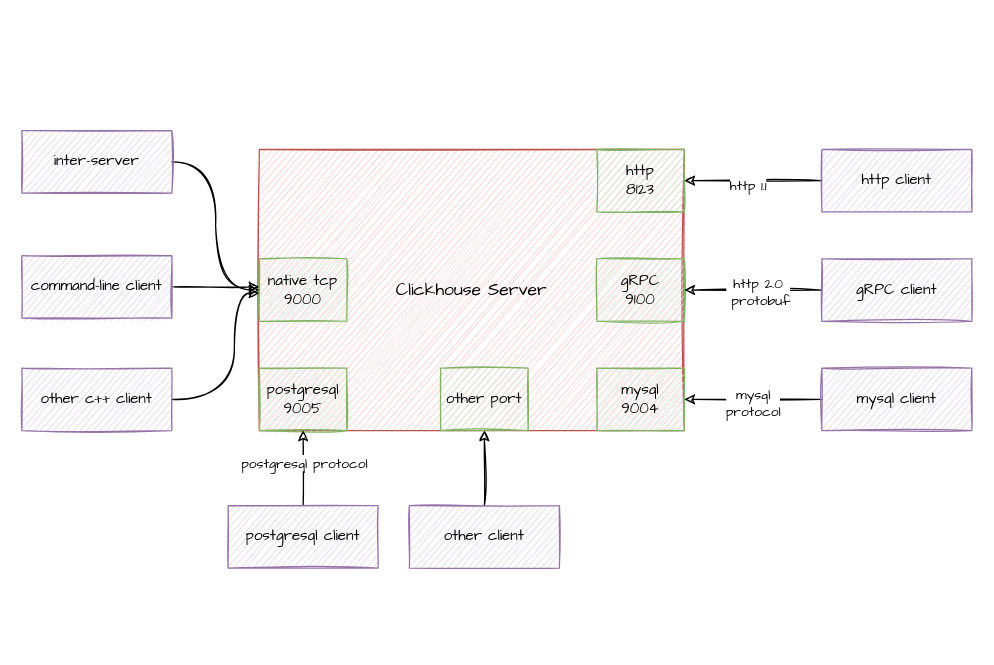
Before: clickhouse listen.drawio in leonce28/draw-io-img, a draw.io diagram. Source tidied: cells renumbered, new cells numbered last; positions are measured from the earlier drawing's top-left corner, leaving out a move shared by most shapes. Both pictures are drawn from the tidied source at 125%, with x=0, y=0 at pixel (21, 130).
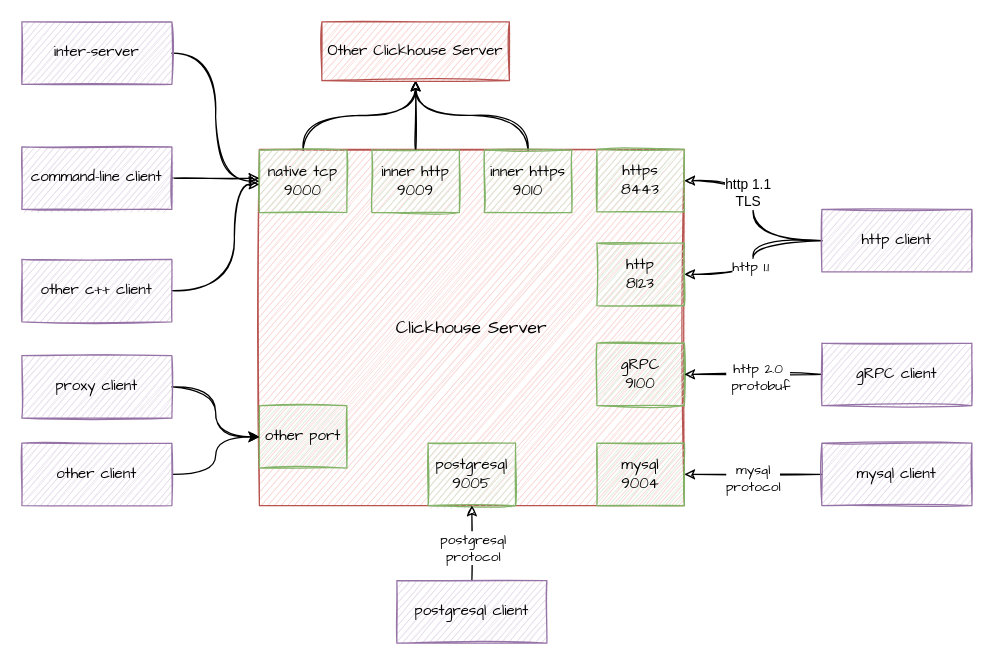
After the change.

Unchanged cells that the change refers to:
```xml
<mxCell id="24" style="edgeStyle=orthogonalEdgeStyle;rounded=0;jettySize=auto;html=1;sketch=1;" parent="1" edge="1" source="26" target="22">
  <mxGeometry relative="1" as="geometry" />
</mxCell>
```

What changed in the source:
```diff
@@
-    <mxCell id="2" style="edgeStyle=orthogonalEdgeStyle;rounded=0;jettySize=auto;html=1;exitX=0;exitY=0.5;exitDx=0;exitDy=0;entryX=1;entryY=0.5;entryDx=0;entryDy=0;sketch=1;" parent="1" edge="1" source="4" target="6">
+    <mxCell id="2" style="edgeStyle=orthogonalEdgeStyle;jettySize=auto;html=1;exitX=0;exitY=0.5;exitDx=0;exitDy=0;entryX=1;entryY=0.5;entryDx=0;entryDy=0;sketch=1;curved=1;" parent="1" edge="1" source="4" target="6">
       <mxGeometry relative="1" as="geometry" />
     </mxCell>
     <mxCell id="3" value="http 1.1" style="edgeLabel;html=1;align=center;verticalAlign=middle;sketch=1;rounded=0;fontFamily=Comic Sans MS;fontColor=#000000;" parent="2" vertex="1">
-      <mxGeometry x="0.09" y="3" relative="1" as="geometry" />
+      <mxGeometry x="0.09" y="3" relative="1" as="geometry">
+        <mxPoint x="-6" as="offset" />
+      </mxGeometry>
     </mxCell>
+    <mxCell id="29" style="edgeStyle=orthogonalEdgeStyle;jettySize=auto;html=1;exitX=0;exitY=0.5;exitDx=0;exitDy=0;entryX=1;entryY=0.5;entryDx=0;entryDy=0;sketch=1;curved=1;" parent="1" edge="1" source="4" target="34">
+      <mxGeometry relative="1" as="geometry" />
+    </mxCell>
+    <mxCell id="30" value="http 1.1&lt;br&gt;TLS" style="edgeLabel;html=1;align=center;verticalAlign=middle;" parent="29" vertex="1">
+      <mxGeometry x="0.15" y="1" relative="1" as="geometry">
+        <mxPoint x="-4" y="-3" as="offset" />
+      </mxGeometry>
+    </mxCell>
     <mxCell id="4" value="http client" style="rounded=0;whiteSpace=wrap;html=1;fillStyle=auto;fillColor=#e1d5e7;gradientDirection=north;sketch=1;strokeColor=#9673a6;fontFamily=Comic Sans MS;fontColor=#000000;gradientColor=none;glass=0;shadow=0;" parent="1" vertex="1">
-      <mxGeometry x="640" y="15" width="120" height="50" as="geometry" />
+      <mxGeometry x="640" y="63" width="120" height="50" as="geometry" />
     </mxCell>
     <mxCell id="5" value="&lt;p style=&quot;line-height: 1.2&quot;&gt;&lt;font style=&quot;font-size: 14px&quot;&gt;Clickhouse Server&lt;/font&gt;&lt;/p&gt;" style="rounded=0;whiteSpace=wrap;html=1;fillStyle=auto;fillColor=#f8cecc;gradientDirection=north;sketch=1;strokeColor=#b85450;fontFamily=Comic Sans MS;fontColor=#000000;strokeWidth=1;" parent="1" vertex="1">
-      <mxGeometry x="190" y="15" width="340" height="225" as="geometry" />
+      <mxGeometry x="190" y="15" width="340" height="285" as="geometry" />
     </mxCell>
     <mxCell id="6" value="http&lt;br&gt;8123" style="rounded=0;whiteSpace=wrap;html=1;fillStyle=auto;fillColor=#d5e8d4;gradientDirection=north;sketch=1;strokeColor=#82b366;fontFamily=Comic Sans MS;fontColor=#000000;" parent="1" vertex="1">
-      <mxGeometry x="460" y="15" width="70" height="50" as="geometry" />
+      <mxGeometry x="460" y="90" width="70" height="50" as="geometry" />
     </mxCell>
+    <mxCell id="31" style="edgeStyle=orthogonalEdgeStyle;curved=1;sketch=1;jettySize=auto;html=1;exitX=0.5;exitY=0;exitDx=0;exitDy=0;entryX=0.5;entryY=1;entryDx=0;entryDy=0;" parent="1" edge="1" source="7" target="37">
+      <mxGeometry relative="1" as="geometry" />
+    </mxCell>
     <mxCell id="7" value="native tcp&lt;br&gt;9000" style="rounded=0;whiteSpace=wrap;html=1;fillStyle=auto;fillColor=#d5e8d4;gradientDirection=north;sketch=1;strokeColor=#82b366;fontFamily=Comic Sans MS;fontColor=#000000;" parent="1" vertex="1">
-      <mxGeometry x="190" y="102.5" width="70" height="50" as="geometry" />
+      <mxGeometry x="190" y="15.5" width="70" height="50" as="geometry" />
     </mxCell>
     <mxCell id="8" value="mysql&lt;br&gt;9004" style="rounded=0;whiteSpace=wrap;html=1;fillStyle=auto;fillColor=#d5e8d4;gradientDirection=north;sketch=1;strokeColor=#82b366;fontFamily=Comic Sans MS;fontColor=#000000;" parent="1" vertex="1">
-      <mxGeometry x="460" y="190" width="70" height="50" as="geometry" />
+      <mxGeometry x="460" y="250" width="70" height="50" as="geometry" />
     </mxCell>
     <mxCell id="9" value="gRPC&lt;br&gt;9100" style="rounded=0;whiteSpace=wrap;html=1;fillStyle=auto;fillColor=#d5e8d4;gradientDirection=north;sketch=1;strokeColor=#82b366;fontFamily=Comic Sans MS;fontColor=#000000;" parent="1" vertex="1">
-      <mxGeometry x="460" y="102.5" width="70" height="50" as="geometry" />
+      <mxGeometry x="460" y="170" width="70" height="50" as="geometry" />
     </mxCell>
@@
     <mxCell id="12" value="gRPC client" style="rounded=0;whiteSpace=wrap;html=1;fillStyle=auto;fillColor=#e1d5e7;gradientDirection=north;sketch=1;strokeColor=#9673a6;fontFamily=Comic Sans MS;fontColor=#000000;gradientColor=none;glass=0;shadow=0;" parent="1" vertex="1">
-      <mxGeometry x="640" y="102.5" width="120" height="50" as="geometry" />
+      <mxGeometry x="640" y="170" width="120" height="50" as="geometry" />
     </mxCell>
@@
     <mxCell id="15" value="mysql client" style="rounded=0;whiteSpace=wrap;html=1;fillStyle=auto;fillColor=#e1d5e7;gradientDirection=north;sketch=1;strokeColor=#9673a6;fontFamily=Comic Sans MS;fontColor=#000000;gradientColor=none;glass=0;shadow=0;" parent="1" vertex="1">
-      <mxGeometry x="640" y="190" width="120" height="50" as="geometry" />
+      <mxGeometry x="640" y="250" width="120" height="50" as="geometry" />
     </mxCell>
@@
     <mxCell id="17" value="inter-server" style="rounded=0;whiteSpace=wrap;html=1;fillStyle=auto;fillColor=#e1d5e7;gradientDirection=north;sketch=1;strokeColor=#9673a6;fontFamily=Comic Sans MS;fontColor=#000000;" parent="1" vertex="1">
-      <mxGeometry width="120" height="50" as="geometry" />
+      <mxGeometry y="-87" width="120" height="50" as="geometry" />
     </mxCell>
     <mxCell id="18" style="edgeStyle=orthogonalEdgeStyle;sketch=1;jettySize=auto;html=1;exitX=1;exitY=0.5;exitDx=0;exitDy=0;fontFamily=Comic Sans MS;fontSize=14;fontColor=#000000;strokeColor=default;curved=1;" parent="1" edge="1" source="19">
       <mxGeometry relative="1" as="geometry">
-        <mxPoint x="190" y="125" as="targetPoint" />
+        <mxPoint x="190" y="38" as="targetPoint" />
       </mxGeometry>
     </mxCell>
     <mxCell id="19" value="command-line client" style="rounded=0;whiteSpace=wrap;html=1;fillStyle=auto;fillColor=#e1d5e7;gradientDirection=north;sketch=1;strokeColor=#9673a6;fontFamily=Comic Sans MS;fontColor=#000000;" parent="1" vertex="1">
-      <mxGeometry y="100" width="120" height="50" as="geometry" />
+      <mxGeometry y="13" width="120" height="50" as="geometry" />
     </mxCell>
     <mxCell id="20" style="edgeStyle=orthogonalEdgeStyle;sketch=1;jettySize=auto;html=1;exitX=1;exitY=0.5;exitDx=0;exitDy=0;fontFamily=Comic Sans MS;fontSize=14;fontColor=#000000;strokeColor=default;curved=1;" parent="1" edge="1" source="21">
       <mxGeometry relative="1" as="geometry">
-        <mxPoint x="190" y="130" as="targetPoint" />
+        <mxPoint x="190" y="43" as="targetPoint" />
         <Array as="points">
-          <mxPoint x="170" y="215" />
-          <mxPoint x="170" y="130" />
+          <mxPoint x="170" y="128" />
+          <mxPoint x="170" y="43" />
         </Array>
       </mxGeometry>
     </mxCell>
     <mxCell id="21" value="other c++ client" style="rounded=0;whiteSpace=wrap;html=1;fillStyle=auto;fillColor=#e1d5e7;gradientDirection=north;sketch=1;strokeColor=#9673a6;fontFamily=Comic Sans MS;fontColor=#000000;" parent="1" vertex="1">
-      <mxGeometry y="190" width="120" height="50" as="geometry" />
+      <mxGeometry y="103" width="120" height="50" as="geometry" />
     </mxCell>
     <mxCell id="22" value="postgresql&lt;br&gt;9005" style="rounded=0;whiteSpace=wrap;html=1;fillStyle=auto;fillColor=#d5e8d4;gradientDirection=north;sketch=1;strokeColor=#82b366;fontFamily=Comic Sans MS;fontColor=#000000;" parent="1" vertex="1">
-      <mxGeometry x="190" y="190" width="70" height="50" as="geometry" />
+      <mxGeometry x="325" y="250" width="70" height="50" as="geometry" />
     </mxCell>
     <mxCell id="23" value="other port" style="rounded=0;whiteSpace=wrap;html=1;fillStyle=auto;fillColor=#d5e8d4;gradientDirection=north;sketch=1;strokeColor=#82b366;fontFamily=Comic Sans MS;fontColor=#000000;" parent="1" vertex="1">
-      <mxGeometry x="335" y="190" width="70" height="50" as="geometry" />
+      <mxGeometry x="190" y="220" width="70" height="50" as="geometry" />
     </mxCell>
@@
-    <mxCell id="25" value="postgresql protocol" style="edgeLabel;html=1;align=center;verticalAlign=middle;fontFamily=Comic Sans MS;fontColor=#000000;sketch=1;rounded=0;" parent="24" vertex="1">
+    <mxCell id="25" value="postgresql&lt;br&gt;protocol" style="edgeLabel;html=1;align=center;verticalAlign=middle;fontFamily=Comic Sans MS;fontColor=#000000;sketch=1;rounded=0;" parent="24" vertex="1">
       <mxGeometry x="0.18" y="1" relative="1" as="geometry">
-        <mxPoint x="1" as="offset" />
+        <mxPoint x="1" y="8" as="offset" />
       </mxGeometry>
     </mxCell>
     <mxCell id="26" value="postgresql client" style="rounded=0;whiteSpace=wrap;html=1;fillStyle=auto;fillColor=#e1d5e7;gradientDirection=north;sketch=1;strokeColor=#9673a6;fontFamily=Comic Sans MS;fontColor=#000000;gradientColor=none;glass=0;shadow=0;" parent="1" vertex="1">
-      <mxGeometry x="165" y="300" width="120" height="50" as="geometry" />
+      <mxGeometry x="300" y="360" width="120" height="50" as="geometry" />
     </mxCell>
-    <mxCell id="27" style="edgeStyle=orthogonalEdgeStyle;rounded=0;jettySize=auto;html=1;sketch=1;" parent="1" edge="1" source="28" target="23">
+    <mxCell id="27" style="edgeStyle=orthogonalEdgeStyle;jettySize=auto;html=1;curved=1;" parent="1" edge="1" source="28" target="23">
       <mxGeometry relative="1" as="geometry" />
     </mxCell>
     <mxCell id="28" value="other client" style="rounded=0;whiteSpace=wrap;html=1;fillStyle=auto;fillColor=#e1d5e7;gradientDirection=north;sketch=1;strokeColor=#9673a6;fontFamily=Comic Sans MS;fontColor=#000000;gradientColor=none;glass=0;shadow=0;" parent="1" vertex="1">
-      <mxGeometry x="310" y="300" width="120" height="50" as="geometry" />
+      <mxGeometry y="250" width="120" height="50" as="geometry" />
     </mxCell>
+    <mxCell id="32" style="edgeStyle=orthogonalEdgeStyle;curved=1;sketch=1;jettySize=auto;html=1;exitX=0.5;exitY=0;exitDx=0;exitDy=0;entryX=0.5;entryY=1;entryDx=0;entryDy=0;" parent="1" edge="1" source="33" target="37">
+      <mxGeometry relative="1" as="geometry" />
+    </mxCell>
+    <mxCell id="33" value="inner http&lt;br&gt;9009" style="rounded=0;whiteSpace=wrap;html=1;fillStyle=auto;fillColor=#d5e8d4;gradientDirection=north;sketch=1;strokeColor=#82b366;fontFamily=Comic Sans MS;fontColor=#000000;" parent="1" vertex="1">
+      <mxGeometry x="280" y="15.5" width="70" height="50" as="geometry" />
+    </mxCell>
+    <mxCell id="34" value="https&lt;br&gt;8443" style="rounded=0;whiteSpace=wrap;html=1;fillStyle=auto;fillColor=#d5e8d4;gradientDirection=north;sketch=1;strokeColor=#82b366;fontFamily=Comic Sans MS;fontColor=#000000;" parent="1" vertex="1">
+      <mxGeometry x="460" y="15" width="70" height="50" as="geometry" />
+    </mxCell>
+    <mxCell id="35" style="edgeStyle=orthogonalEdgeStyle;curved=1;sketch=1;jettySize=auto;html=1;entryX=0.5;entryY=1;entryDx=0;entryDy=0;" parent="1" edge="1" source="36" target="37">
+      <mxGeometry relative="1" as="geometry" />
+    </mxCell>
+    <mxCell id="36" value="inner https&lt;br&gt;9010" style="rounded=0;whiteSpace=wrap;html=1;fillStyle=auto;fillColor=#d5e8d4;gradientDirection=north;sketch=1;strokeColor=#82b366;fontFamily=Comic Sans MS;fontColor=#000000;" parent="1" vertex="1">
+      <mxGeometry x="370" y="15.5" width="70" height="50" as="geometry" />
+    </mxCell>
+    <mxCell id="37" value="Other Clickhouse Server" style="rounded=0;whiteSpace=wrap;html=1;fillStyle=auto;fillColor=#f8cecc;gradientDirection=north;sketch=1;strokeColor=#b85450;fontFamily=Comic Sans MS;fontColor=#000000;strokeWidth=1;" parent="1" vertex="1">
+      <mxGeometry x="240" y="-87" width="150" height="47" as="geometry" />
+    </mxCell>
+    <mxCell id="38" style="edgeStyle=orthogonalEdgeStyle;curved=1;sketch=1;jettySize=auto;html=1;exitX=1;exitY=0.5;exitDx=0;exitDy=0;" parent="1" edge="1" source="39" target="23">
+      <mxGeometry relative="1" as="geometry" />
+    </mxCell>
+    <mxCell id="39" value="proxy client" style="rounded=0;whiteSpace=wrap;html=1;fillStyle=auto;fillColor=#e1d5e7;gradientDirection=north;sketch=1;strokeColor=#9673a6;fontFamily=Comic Sans MS;fontColor=#000000;gradientColor=none;glass=0;shadow=0;" parent="1" vertex="1">
+      <mxGeometry y="180" width="120" height="50" as="geometry" />
+    </mxCell>
```
